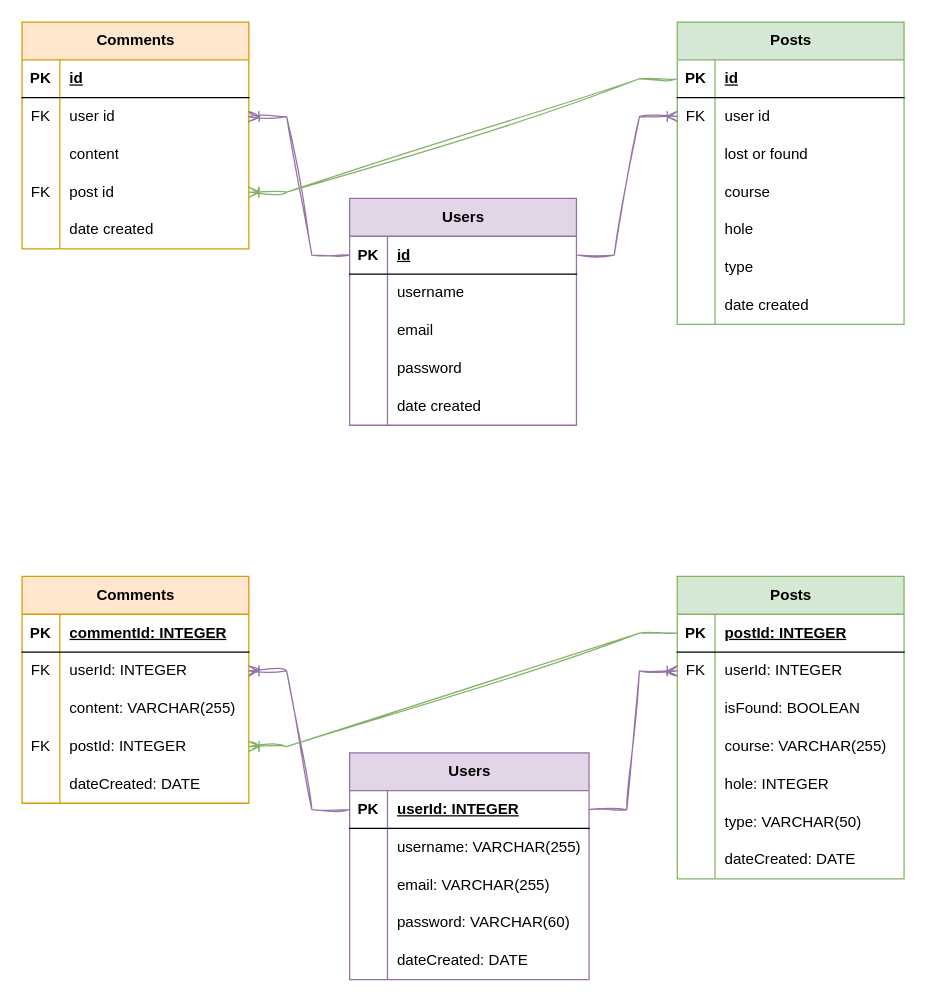
Before: CAPSTONE/Documentation/diagrams/database.drawio in adam-sagar/CAPSTONE, a draw.io diagram. Source tidied: cells renumbered, new cells numbered last; positions are measured from the earlier drawing's top-left corner, leaving out a move shared by most shapes. Both pictures are drawn from the tidied source at 126%, with x=0, y=0 at pixel (21, 21).
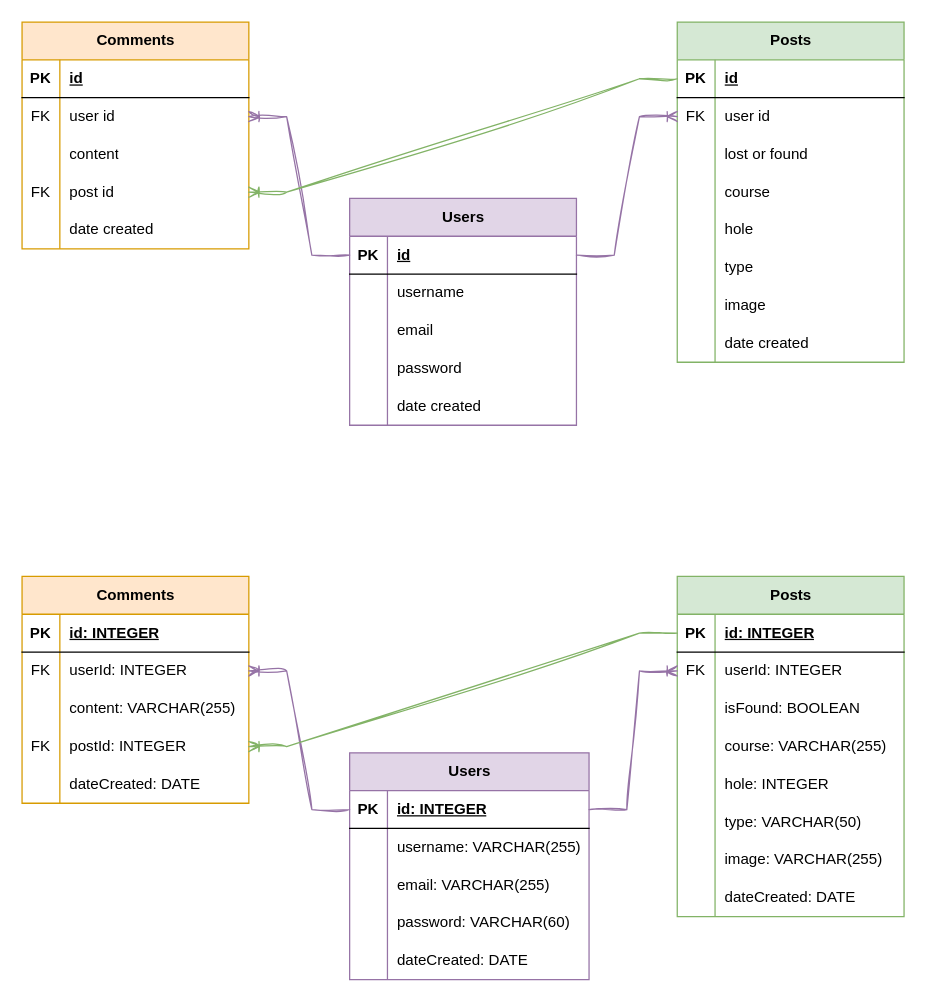
The same page after the edit.

Unchanged cells that the change refers to:
```xml
<mxCell id="60" style="shape=tableRow;horizontal=0;startSize=0;swimlaneHead=0;swimlaneBody=0;fillColor=none;points=[[0,0.5],[1,0.5]];portConstraint=eastwest;top=0;left=0;right=0;bottom=1;" parent="59" vertex="1">
  <mxGeometry y="30" width="190" height="30" as="geometry" />
</mxCell>
<mxCell id="76" style="shape=tableRow;horizontal=0;startSize=0;swimlaneHead=0;swimlaneBody=0;fillColor=none;points=[[0,0.5],[1,0.5]];portConstraint=eastwest;top=0;left=0;right=0;bottom=1;" parent="75" vertex="1">
  <mxGeometry y="30" width="180" height="30" as="geometry" />
</mxCell>
<mxCell id="98" style="shape=tableRow;horizontal=0;startSize=0;swimlaneHead=0;swimlaneBody=0;fillColor=none;top=0;left=0;right=0;bottom=1;" parent="97" vertex="1">
  <mxGeometry y="30" width="180" height="30" as="geometry" />
</mxCell>
```

What changed in the source:
```diff
@@
     <mxCell id="18" value="Posts" style="shape=table;startSize=30;childLayout=tableLayout;rowLines=0;fontStyle=1;align=center;html=1;fillColor=#d5e8d4;strokeColor=#82b366;" parent="1" vertex="1">
-      <mxGeometry x="520" width="180" height="240" as="geometry" />
+      <mxGeometry x="520" width="180" height="270" as="geometry" />
     </mxCell>
@@
+    <mxCell id="116" style="shape=tableRow;horizontal=0;startSize=0;swimlaneHead=0;swimlaneBody=0;fillColor=none;top=0;left=0;right=0;bottom=0;" parent="18" vertex="1">
+      <mxGeometry y="210" width="180" height="30" as="geometry" />
+    </mxCell>
+    <mxCell id="117" style="shape=partialRectangle;fillColor=none;top=0;left=0;bottom=0;right=0;overflow=hidden;whiteSpace=wrap;html=1;" parent="116" vertex="1">
+      <mxGeometry width="30" height="30" as="geometry" />
+    </mxCell>
+    <mxCell id="118" value="image" style="shape=partialRectangle;fillColor=none;top=0;left=0;bottom=0;right=0;align=left;spacingLeft=6;overflow=hidden;whiteSpace=wrap;html=1;" parent="116" vertex="1">
+      <mxGeometry x="30" width="150" height="30" as="geometry" />
+    </mxCell>
     <mxCell id="37" style="shape=tableRow;horizontal=0;startSize=0;swimlaneHead=0;swimlaneBody=0;fillColor=none;top=0;left=0;right=0;bottom=0;" parent="18" vertex="1">
-      <mxGeometry y="210" width="180" height="30" as="geometry" />
+      <mxGeometry y="240" width="180" height="30" as="geometry" />
     </mxCell>
@@
-    <mxCell id="62" value="userId: INTEGER" style="shape=partialRectangle;fillColor=none;top=0;left=0;bottom=0;right=0;align=left;spacingLeft=6;fontStyle=5;overflow=hidden;whiteSpace=wrap;html=1;" parent="60" vertex="1">
+    <mxCell id="62" value="id: INTEGER" style="shape=partialRectangle;fillColor=none;top=0;left=0;bottom=0;right=0;align=left;spacingLeft=6;fontStyle=5;overflow=hidden;whiteSpace=wrap;html=1;" parent="60" vertex="1">
       <mxGeometry x="30" width="160" height="30" as="geometry" />
     </mxCell>
@@
     <mxCell id="75" value="Posts" style="shape=table;startSize=30;childLayout=tableLayout;rowLines=0;fontStyle=1;align=center;html=1;fillColor=#d5e8d4;strokeColor=#82b366;" parent="1" vertex="1">
-      <mxGeometry x="520" y="440" width="180" height="240" as="geometry" />
+      <mxGeometry x="520" y="440" width="180" height="270" as="geometry" />
     </mxCell>
@@
-    <mxCell id="78" value="postId: INTEGER" style="shape=partialRectangle;fillColor=none;top=0;left=0;bottom=0;right=0;align=left;spacingLeft=6;fontStyle=5;overflow=hidden;whiteSpace=wrap;html=1;" parent="76" vertex="1">
+    <mxCell id="78" value="id: INTEGER" style="shape=partialRectangle;fillColor=none;top=0;left=0;bottom=0;right=0;align=left;spacingLeft=6;fontStyle=5;overflow=hidden;whiteSpace=wrap;html=1;" parent="76" vertex="1">
       <mxGeometry x="30" width="150" height="30" as="geometry" />
     </mxCell>
@@
+    <mxCell id="119" style="shape=tableRow;horizontal=0;startSize=0;swimlaneHead=0;swimlaneBody=0;fillColor=none;top=0;left=0;right=0;bottom=0;" parent="75" vertex="1">
+      <mxGeometry y="210" width="180" height="30" as="geometry" />
+    </mxCell>
+    <mxCell id="120" style="shape=partialRectangle;fillColor=none;top=0;left=0;bottom=0;right=0;overflow=hidden;whiteSpace=wrap;html=1;" parent="119" vertex="1">
+      <mxGeometry width="30" height="30" as="geometry" />
+    </mxCell>
+    <mxCell id="121" value="image: VARCHAR(255)" style="shape=partialRectangle;fillColor=none;top=0;left=0;bottom=0;right=0;align=left;spacingLeft=6;overflow=hidden;whiteSpace=wrap;html=1;" parent="119" vertex="1">
+      <mxGeometry x="30" width="150" height="30" as="geometry" />
+    </mxCell>
     <mxCell id="94" style="shape=tableRow;horizontal=0;startSize=0;swimlaneHead=0;swimlaneBody=0;fillColor=none;top=0;left=0;right=0;bottom=0;" parent="75" vertex="1">
-      <mxGeometry y="210" width="180" height="30" as="geometry" />
+      <mxGeometry y="240" width="180" height="30" as="geometry" />
     </mxCell>
@@
-    <mxCell id="100" value="commentId: INTEGER" style="shape=partialRectangle;fillColor=none;top=0;left=0;bottom=0;right=0;align=left;spacingLeft=6;fontStyle=5;overflow=hidden;whiteSpace=wrap;html=1;" parent="98" vertex="1">
+    <mxCell id="100" value="id: INTEGER" style="shape=partialRectangle;fillColor=none;top=0;left=0;bottom=0;right=0;align=left;spacingLeft=6;fontStyle=5;overflow=hidden;whiteSpace=wrap;html=1;" parent="98" vertex="1">
       <mxGeometry x="30" width="150" height="30" as="geometry" />
     </mxCell>
```
